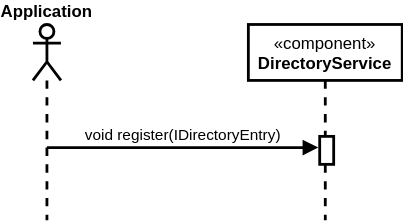
Above: docs/middleware/diagrams/UC01AnnounceServiceSequenceDiagramLevel1.drawio.svg in HaniAlshikh/tron (draw.io), before the change. Source tidied: cells renumbered, new cells last; positions are measured from the earlier drawing's top-left corner, leaving out a move shared by most shapes.
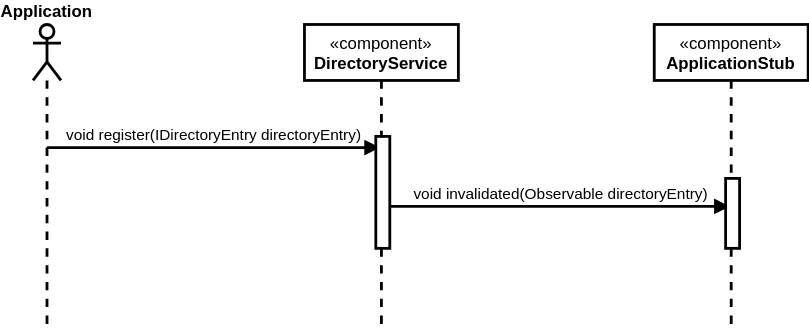
Later version of the same file.

Commit message:
Docs: Runtime View Level 2

Diff of the diagram source:
```diff
@@ -3,19 +3,34 @@
     <mxCell id="0" />
     <mxCell id="1" parent="0" />
     <mxCell id="2" value="&lt;span&gt;«component»&lt;br&gt;&lt;b&gt;DirectoryService&lt;/b&gt;&lt;br&gt;&lt;/span&gt;" style="shape=umlLifeline;perimeter=lifelinePerimeter;whiteSpace=wrap;html=1;outlineConnect=0;strokeWidth=2;verticalAlign=top;" parent="1" vertex="1">
-      <mxGeometry x="154" width="110" height="140" as="geometry" />
+      <mxGeometry x="154" width="110" height="220" as="geometry" />
     </mxCell>
     <mxCell id="3" value="&lt;b&gt;Application&lt;/b&gt;" style="shape=umlLifeline;participant=umlActor;perimeter=lifelinePerimeter;whiteSpace=wrap;html=1;verticalAlign=bottom;spacingTop=36;strokeWidth=2;labelPosition=center;verticalLabelPosition=top;align=center;" parent="1" vertex="1">
-      <mxGeometry width="20" height="140" as="geometry" />
+      <mxGeometry x="-40" width="20" height="220" as="geometry" />
     </mxCell>
+    <mxCell id="6" style="edgeStyle=none;shape=connector;rounded=1;html=1;labelBackgroundColor=default;fontFamily=Helvetica;fontSize=11;fontColor=default;endArrow=block;strokeColor=default;strokeWidth=2;" parent="1" edge="1" target="8">
+      <mxGeometry relative="1" as="geometry">
+        <mxPoint x="215" y="130" as="sourcePoint" />
+      </mxGeometry>
+    </mxCell>
+    <mxCell id="7" value="void invalidated(Observable directoryEntry)" style="edgeLabel;html=1;align=center;verticalAlign=middle;fontSize=11;fontFamily=Helvetica;fontColor=default;" parent="6" vertex="1">
+      <mxGeometry x="-0.36" y="1" relative="1" as="geometry">
+        <mxPoint x="43" y="-9" as="offset" />
+      </mxGeometry>
+    </mxCell>
+    <mxCell id="5" value="void register(IDirectoryEntry&amp;nbsp;directoryEntry)" style="html=1;verticalAlign=bottom;endArrow=block;strokeWidth=2;" parent="1" edge="1" target="2">
+      <mxGeometry relative="1" as="geometry">
+        <mxPoint x="-30" y="88" as="sourcePoint" />
+      </mxGeometry>
+    </mxCell>
     <mxCell id="4" style="html=1;perimeter=orthogonalPerimeter;strokeWidth=2;verticalAlign=top;" parent="1" vertex="1">
-      <mxGeometry x="205" y="80" width="10" height="20" as="geometry" />
+      <mxGeometry x="205" y="80" width="10" height="80" as="geometry" />
     </mxCell>
-    <mxCell id="5" value="void register(IDirectoryEntry)" style="html=1;verticalAlign=bottom;endArrow=block;strokeWidth=2;entryX=-0.1;entryY=0.832;entryDx=0;entryDy=0;entryPerimeter=0;" parent="1" edge="1">
-      <mxGeometry relative="1" as="geometry">
-        <mxPoint x="10" y="88" as="sourcePoint" />
-        <mxPoint x="204" y="88" as="targetPoint" />
-      </mxGeometry>
-    </mxCell>
+    <mxCell id="8" value="&lt;span&gt;«component»&lt;br&gt;&lt;b&gt;ApplicationStub&lt;/b&gt;&lt;br&gt;&lt;/span&gt;" style="shape=umlLifeline;perimeter=lifelinePerimeter;whiteSpace=wrap;html=1;outlineConnect=0;strokeWidth=2;verticalAlign=top;" parent="1" vertex="1">
+      <mxGeometry x="404" width="110" height="220" as="geometry" />
+    </mxCell>
+    <mxCell id="9" style="html=1;perimeter=orthogonalPerimeter;strokeWidth=2;verticalAlign=top;" parent="1" vertex="1">
+      <mxGeometry x="455" y="110" width="10" height="50" as="geometry" />
+    </mxCell>
   </root>
 </mxGraphModel>
```
